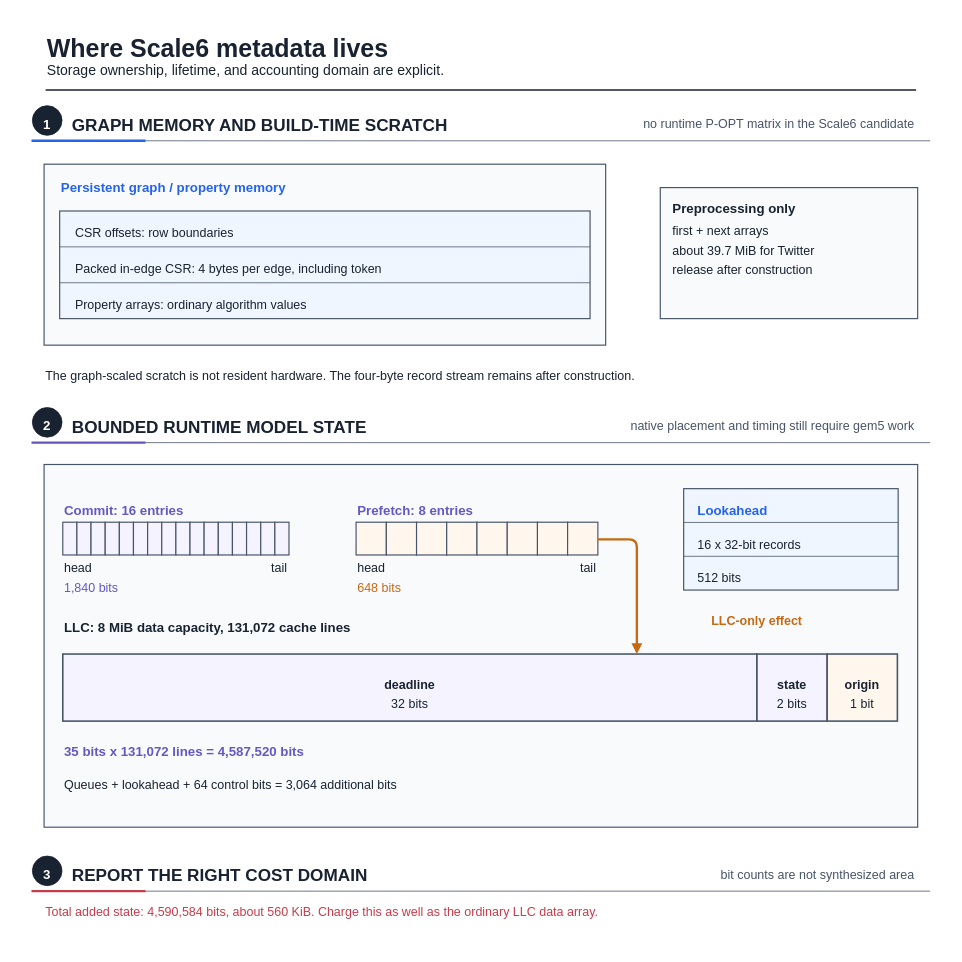
Above: fig/wiki_src/property-to-cache-walkthrough/property-to-cache-walkthrough-f02-architecture-state-map.drawio in UVA-LavaLab/ECG_GrAPL (draw.io), before the change. Source tidied: cells renumbered, new cells numbered last; positions are measured from the earlier drawing's top-left corner, leaving out a move shared by most shapes. Both pictures are drawn from the tidied source at 78%, with x=0, y=0 at pixel (12, 12).
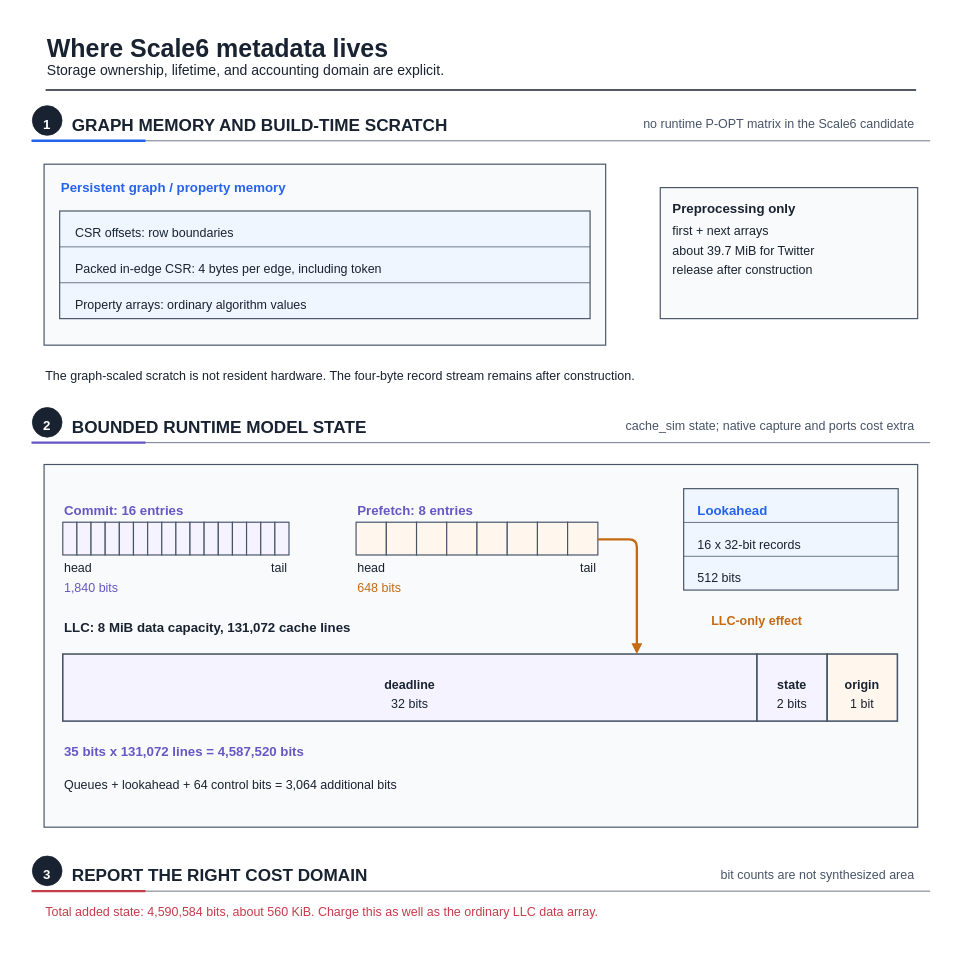
After the change.

Diff of the diagram source:
```diff
@@
-    <mxCell id="29" value="native placement and timing still require gem5 work" style="text;html=0;strokeColor=none;fillColor=none;align=right;verticalAlign=middle;fontFamily=Liberation Sans;fontSize=16;fontColor=#475467;fontStyle=0;" parent="1" vertex="1">
-      <mxGeometry x="725.5" y="517.2" width="432.5" height="22.4" as="geometry" />
+    <mxCell id="29" value="cache_sim state; native capture and ports cost extra" style="text;html=0;strokeColor=none;fillColor=none;align=right;verticalAlign=middle;fontFamily=Liberation Sans;fontSize=16;fontColor=#475467;fontStyle=0;" parent="1" vertex="1">
+      <mxGeometry x="717" y="517.2" width="441" height="22.4" as="geometry" />
     </mxCell>
```
